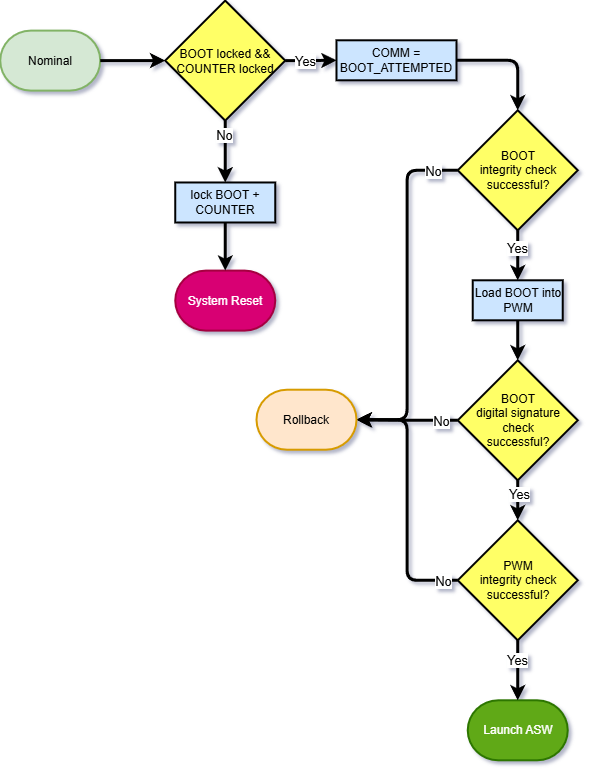
This is Diagrams/ESA Secure Boot Flowchart.Nominal.png from matyaskollert/ESA-SAVOIR-Secure-Boot, a draw.io export, as it was before one commit. Source tidied: cells renumbered, new cells last; positions are measured from the earlier drawing's top-left corner, leaving out a move shared by most shapes.
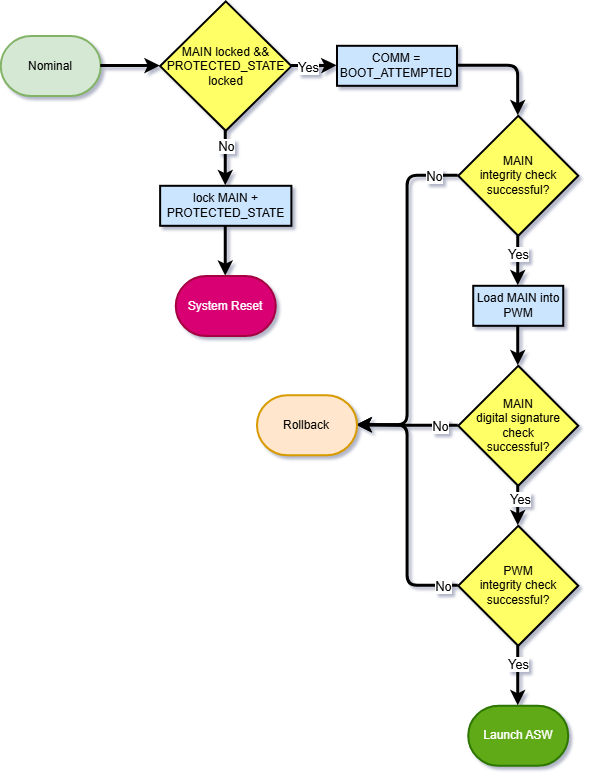
After the change.

Diff of the diagram source:
```diff
@@ -16,7 +16,7 @@
         <mxPoint x="8" as="offset" />
       </mxGeometry>
     </mxCell>
-    <mxCell id="6" value="BOOT&lt;div&gt;integrity check&lt;div&gt;successful?&lt;/div&gt;&lt;/div&gt;" style="strokeWidth=2;html=1;shape=mxgraph.flowchart.decision;whiteSpace=wrap;rounded=0;fillColor=#FFFF66;" parent="1" vertex="1">
+    <mxCell id="6" value="MAIN&lt;div&gt;integrity check&lt;div&gt;successful?&lt;/div&gt;&lt;/div&gt;" style="strokeWidth=2;html=1;shape=mxgraph.flowchart.decision;whiteSpace=wrap;rounded=0;fillColor=#FFFF66;" parent="1" vertex="1">
       <mxGeometry x="457.7" y="109.3" width="120" height="120" as="geometry" />
     </mxCell>
     <mxCell id="7" style="edgeStyle=orthogonalEdgeStyle;jettySize=auto;html=1;exitX=0.5;exitY=1;exitDx=0;exitDy=0;exitPerimeter=0;entryX=0.5;entryY=0;entryDx=0;entryDy=0;strokeWidth=3;entryPerimeter=0;" parent="1" edge="1" source="11" target="14">
@@ -33,7 +33,7 @@
         <mxPoint x="-11" y="1" as="offset" />
       </mxGeometry>
     </mxCell>
-    <mxCell id="11" value="&lt;div&gt;BOOT&lt;div&gt;digital signature check&lt;div&gt;successful?&lt;/div&gt;&lt;/div&gt;&lt;/div&gt;" style="strokeWidth=2;html=1;shape=mxgraph.flowchart.decision;whiteSpace=wrap;rounded=0;fillColor=#FFFF66;" parent="1" vertex="1">
+    <mxCell id="11" value="&lt;div&gt;MAIN&lt;div&gt;digital signature check&lt;div&gt;successful?&lt;/div&gt;&lt;/div&gt;&lt;/div&gt;" style="strokeWidth=2;html=1;shape=mxgraph.flowchart.decision;whiteSpace=wrap;rounded=0;fillColor=#FFFF66;" parent="1" vertex="1">
       <mxGeometry x="457.7" y="359.3" width="120" height="120" as="geometry" />
     </mxCell>
     <mxCell id="12" style="edgeStyle=orthogonalEdgeStyle;jettySize=auto;html=1;exitX=0;exitY=0.5;exitDx=0;exitDy=0;exitPerimeter=0;entryX=1;entryY=0.5;entryDx=0;entryDy=0;strokeWidth=3;entryPerimeter=0;" parent="1" edge="1" source="14" target="33">
@@ -47,7 +47,7 @@
     <mxCell id="14" value="PWM&lt;div&gt;integrity check&lt;div&gt;successful?&lt;/div&gt;&lt;/div&gt;" style="strokeWidth=2;html=1;shape=mxgraph.flowchart.decision;whiteSpace=wrap;rounded=0;fillColor=#FFFF66;" parent="1" vertex="1">
       <mxGeometry x="457.7" y="519.3" width="120" height="120" as="geometry" />
     </mxCell>
-    <mxCell id="15" value="Load BOOT into PWM" style="rounded=0;whiteSpace=wrap;html=1;absoluteArcSize=1;arcSize=14;strokeWidth=2;fillColor=#CCE5FF;" parent="1" vertex="1">
+    <mxCell id="15" value="Load MAIN into PWM" style="rounded=0;whiteSpace=wrap;html=1;absoluteArcSize=1;arcSize=14;strokeWidth=2;fillColor=#CCE5FF;" parent="1" vertex="1">
       <mxGeometry x="472.7" y="279.3" width="90" height="40" as="geometry" />
     </mxCell>
     <mxCell id="16" style="edgeStyle=orthogonalEdgeStyle;jettySize=auto;html=1;exitX=0.5;exitY=1;exitDx=0;exitDy=0;exitPerimeter=0;entryX=0.5;entryY=0;entryDx=0;entryDy=0;entryPerimeter=0;strokeWidth=3;" parent="1" edge="1" source="14" target="2">
@@ -77,16 +77,18 @@
       <mxGeometry relative="1" as="geometry" />
     </mxCell>
     <mxCell id="24" value="&lt;font style=&quot;font-size: 13px;&quot;&gt;No&lt;/font&gt;" style="edgeLabel;html=1;align=center;verticalAlign=middle;" parent="23" vertex="1">
-      <mxGeometry x="-0.58" y="-2" relative="1" as="geometry" />
+      <mxGeometry x="-0.58" y="-2" relative="1" as="geometry">
+        <mxPoint x="2" y="4" as="offset" />
+      </mxGeometry>
     </mxCell>
-    <mxCell id="25" value="BOOT locked &amp;amp;&amp;amp;&lt;br&gt;COUNTER locked" style="strokeWidth=2;html=1;shape=mxgraph.flowchart.decision;whiteSpace=wrap;rounded=0;fillColor=#FFFF66;" parent="1" vertex="1">
-      <mxGeometry x="165.2" y="-0.4" width="120" height="120" as="geometry" />
+    <mxCell id="25" value="MAIN locked &amp;amp;&amp;amp;&lt;br&gt;PROTECTED_STATE&lt;br&gt;locked" style="strokeWidth=2;html=1;shape=mxgraph.flowchart.decision;whiteSpace=wrap;rounded=0;fillColor=#FFFF66;" parent="1" vertex="1">
+      <mxGeometry x="159.6" y="-5.1" width="131.2" height="129.4" as="geometry" />
     </mxCell>
     <mxCell id="26" style="edgeStyle=orthogonalEdgeStyle;rounded=1;jettySize=auto;html=1;entryX=0.5;entryY=0;entryDx=0;entryDy=0;entryPerimeter=0;strokeWidth=3;curved=0;" parent="1" edge="1" source="15" target="11">
       <mxGeometry relative="1" as="geometry" />
     </mxCell>
-    <mxCell id="27" value="lock BOOT + COUNTER" style="rounded=0;whiteSpace=wrap;html=1;absoluteArcSize=1;arcSize=14;strokeWidth=2;fillColor=#CCE5FF;" parent="1" vertex="1">
-      <mxGeometry x="175.2" y="181.5" width="100" height="40" as="geometry" />
+    <mxCell id="27" value="lock MAIN + PROTECTED_STATE" style="rounded=0;whiteSpace=wrap;html=1;absoluteArcSize=1;arcSize=14;strokeWidth=2;fillColor=#CCE5FF;" parent="1" vertex="1">
+      <mxGeometry x="159.6" y="179.3" width="131.2" height="40" as="geometry" />
     </mxCell>
     <mxCell id="28" value="COMM = BOOT_ATTEMPTED" style="rounded=0;whiteSpace=wrap;html=1;absoluteArcSize=1;arcSize=14;strokeWidth=2;fillColor=#CCE5FF;" parent="1" vertex="1">
       <mxGeometry x="336.5" y="39.3" width="120" height="40" as="geometry" />
```
